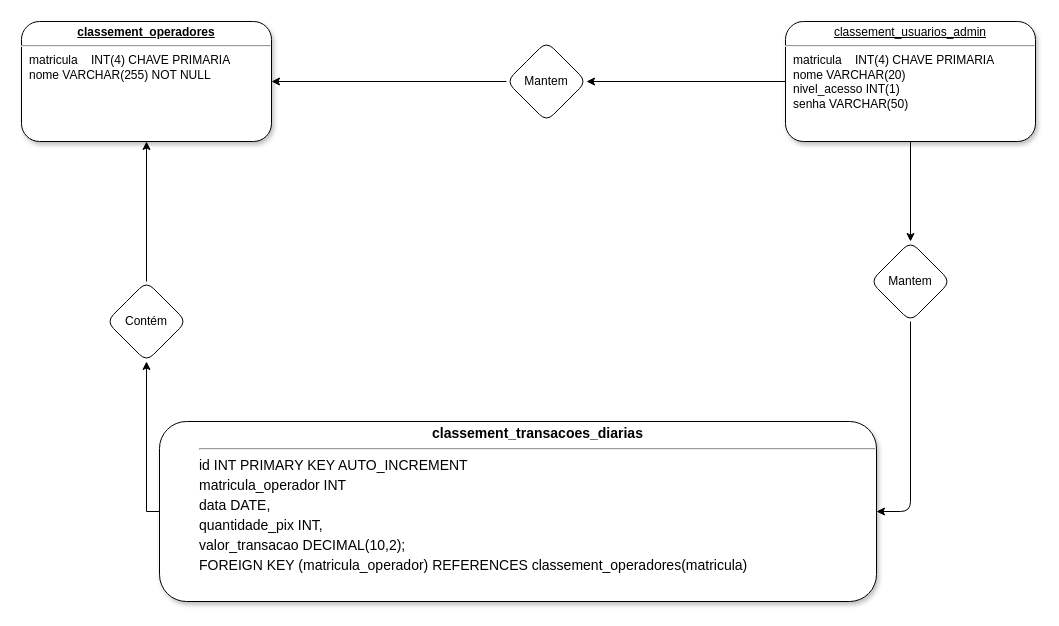
The draw.io diagram docs/database/banco.drawio in KennysSparda/Classement, before the edit. Source tidied: cells renumbered, new cells numbered last; positions are measured from the earlier drawing's top-left corner, leaving out a move shared by most shapes. Both pictures are drawn from the tidied source at 100%, with x=0, y=0 at pixel (21, 21).
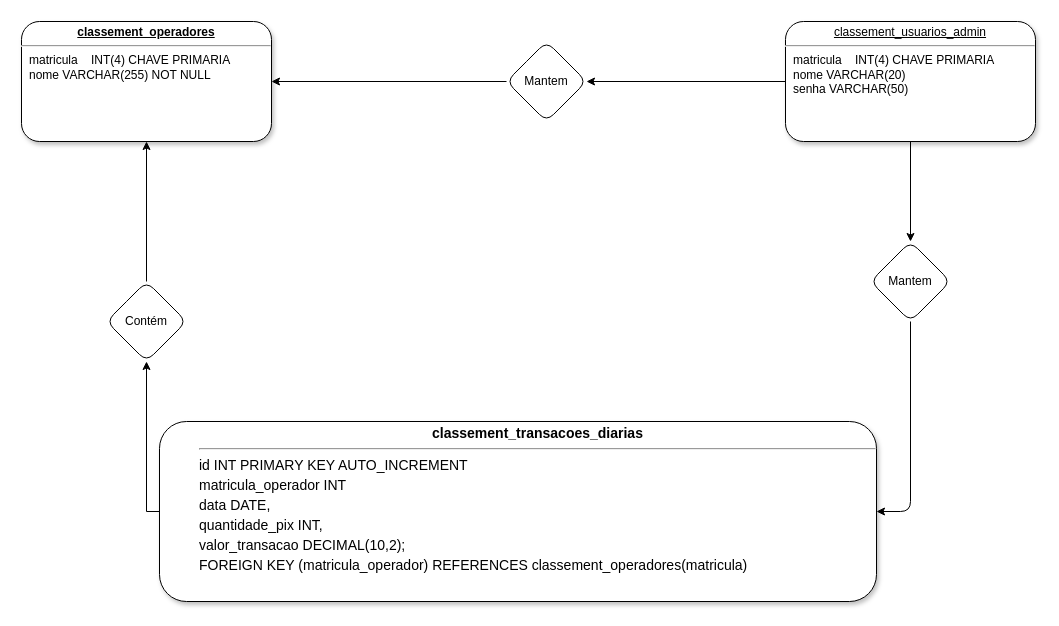
The same page after the edit.

The edit, as a diff of the source:
```diff
@@
 <mxGraphModel>
   <root>
     <mxCell id="0" />
     <mxCell id="1" parent="0" />
     <mxCell id="2" style="edgeStyle=orthogonalEdgeStyle;rounded=1;jettySize=auto;html=1;labelBackgroundColor=none;fontColor=default;" parent="1" edge="1" source="4" target="6">
       <mxGeometry relative="1" as="geometry" />
     </mxCell>
     <mxCell id="3" style="edgeStyle=orthogonalEdgeStyle;rounded=0;jettySize=auto;html=1;startArrow=none;exitX=0;exitY=0.5;exitDx=0;exitDy=0;entryX=1;entryY=0.5;entryDx=0;entryDy=0;" parent="1" edge="1" source="10" target="9">
       <mxGeometry relative="1" as="geometry" />
     </mxCell>
-    <mxCell id="4" value="&lt;p style=&quot;margin: 0px; margin-top: 4px; text-align: center; text-decoration: underline;&quot;&gt;classement_usuarios_admin&lt;br&gt;&lt;/p&gt;&lt;hr&gt;&lt;p style=&quot;margin: 0px; margin-left: 8px;&quot;&gt;matricula&lt;span style=&quot;&quot;&gt;&lt;span style=&quot;&quot;&gt;&amp;nbsp;&amp;nbsp;&amp;nbsp;&amp;nbsp;&lt;/span&gt;&lt;/span&gt;INT(4) CHAVE PRIMARIA&lt;/p&gt;&lt;p style=&quot;margin: 0px; margin-left: 8px;&quot;&gt;nome VARCHAR(20)&lt;/p&gt;&lt;p style=&quot;margin: 0px; margin-left: 8px;&quot;&gt;nivel_acesso INT(1)&lt;/p&gt;&lt;p style=&quot;margin: 0px; margin-left: 8px;&quot;&gt;&lt;span style=&quot;background-color: initial;&quot;&gt;senha VARCHAR(50)&lt;/span&gt;&lt;/p&gt;" style="verticalAlign=top;align=left;overflow=fill;fontSize=12;fontFamily=Helvetica;html=1;shadow=1;rounded=1;labelBackgroundColor=none;" parent="1" vertex="1">
+    <mxCell id="4" value="&lt;p style=&quot;margin: 0px; margin-top: 4px; text-align: center; text-decoration: underline;&quot;&gt;classement_usuarios_admin&lt;br&gt;&lt;/p&gt;&lt;hr&gt;&lt;p style=&quot;margin: 0px; margin-left: 8px;&quot;&gt;matricula&lt;span style=&quot;&quot;&gt;&lt;span style=&quot;&quot;&gt;&amp;nbsp;&amp;nbsp;&amp;nbsp;&amp;nbsp;&lt;/span&gt;&lt;/span&gt;INT(4) CHAVE PRIMARIA&lt;/p&gt;&lt;p style=&quot;margin: 0px; margin-left: 8px;&quot;&gt;nome VARCHAR(20)&lt;/p&gt;&lt;p style=&quot;margin: 0px; margin-left: 8px;&quot;&gt;&lt;span style=&quot;background-color: initial;&quot;&gt;senha VARCHAR(50)&lt;/span&gt;&lt;/p&gt;" style="verticalAlign=top;align=left;overflow=fill;fontSize=12;fontFamily=Helvetica;html=1;shadow=1;rounded=1;labelBackgroundColor=none;" parent="1" vertex="1">
       <mxGeometry x="764" width="250" height="120" as="geometry" />
     </mxCell>
     <mxCell id="5" style="edgeStyle=orthogonalEdgeStyle;rounded=1;jettySize=auto;html=1;entryX=1;entryY=0.5;entryDx=0;entryDy=0;labelBackgroundColor=none;fontColor=default;exitX=0.5;exitY=1;exitDx=0;exitDy=0;" parent="1" edge="1" source="6" target="8">
       <mxGeometry relative="1" as="geometry">
         <Array as="points">
           <mxPoint x="889" y="490" />
         </Array>
       </mxGeometry>
     </mxCell>
     <mxCell id="6" value="Mantem" style="rhombus;whiteSpace=wrap;html=1;rounded=1;labelBackgroundColor=none;" parent="1" vertex="1">
       <mxGeometry x="849" y="220" width="80" height="80" as="geometry" />
     </mxCell>
     <mxCell id="7" style="edgeStyle=orthogonalEdgeStyle;rounded=0;jettySize=auto;html=1;entryX=0.5;entryY=1;entryDx=0;entryDy=0;" parent="1" edge="1" source="8" target="13">
       <mxGeometry relative="1" as="geometry">
         <Array as="points">
           <mxPoint x="125" y="490" />
         </Array>
       </mxGeometry>
     </mxCell>
     <mxCell id="8" value="&lt;blockquote style=&quot;margin: 0 0 0 40px; border: none; padding: 0px;&quot;&gt;&lt;p style=&quot;margin: 4px 0px 0px; text-align: center;&quot;&gt;&lt;font style=&quot;font-size: 14px;&quot;&gt;&lt;b&gt;classement_transacoes_diarias&lt;/b&gt;&lt;/font&gt;&lt;/p&gt;&lt;hr&gt;&lt;div style=&quot;line-height: 19px;&quot;&gt;&lt;div style=&quot;&quot;&gt;&lt;font style=&quot;font-size: 14px;&quot;&gt;id INT PRIMARY KEY AUTO_INCREMENT&lt;/font&gt;&lt;/div&gt;&lt;/div&gt;&lt;div style=&quot;line-height: 19px;&quot;&gt;&lt;div style=&quot;&quot;&gt;&lt;font style=&quot;font-size: 14px;&quot;&gt;matricula_operador INT&lt;/font&gt;&lt;/div&gt;&lt;/div&gt;&lt;div style=&quot;line-height: 19px;&quot;&gt;&lt;div style=&quot;&quot;&gt;&lt;font style=&quot;font-size: 14px;&quot;&gt;data DATE,&lt;/font&gt;&lt;/div&gt;&lt;/div&gt;&lt;div style=&quot;line-height: 19px;&quot;&gt;&lt;div style=&quot;&quot;&gt;&lt;font style=&quot;font-size: 14px;&quot;&gt;quantidade_pix INT,&lt;/font&gt;&lt;/div&gt;&lt;div style=&quot;&quot;&gt;&lt;font style=&quot;font-size: 14px;&quot;&gt;valor_transacao &lt;span style=&quot;border: 0px solid rgb(217, 217, 227); box-sizing: border-box; --tw-border-spacing-x: 0; --tw-border-spacing-y: 0; --tw-translate-x: 0; --tw-translate-y: 0; --tw-rotate: 0; --tw-skew-x: 0; --tw-skew-y: 0; --tw-scale-x: 1; --tw-scale-y: 1; --tw-pan-x: ; --tw-pan-y: ; --tw-pinch-zoom: ; --tw-scroll-snap-strictness: proximity; --tw-gradient-from-position: ; --tw-gradient-via-position: ; --tw-gradient-to-position: ; --tw-ordinal: ; --tw-slashed-zero: ; --tw-numeric-figure: ; --tw-numeric-spacing: ; --tw-numeric-fraction: ; --tw-ring-inset: ; --tw-ring-offset-width: 0px; --tw-ring-offset-color: #fff; --tw-ring-color: rgba(69,89,164,0.5); --tw-ring-offset-shadow: 0 0 transparent; --tw-ring-shadow: 0 0 transparent; --tw-shadow: 0 0 transparent; --tw-shadow-colored: 0 0 transparent; --tw-blur: ; --tw-brightness: ; --tw-contrast: ; --tw-grayscale: ; --tw-hue-rotate: ; --tw-invert: ; --tw-saturate: ; --tw-sepia: ; --tw-drop-shadow: ; --tw-backdrop-blur: ; --tw-backdrop-brightness: ; --tw-backdrop-contrast: ; --tw-backdrop-grayscale: ; --tw-backdrop-hue-rotate: ; --tw-backdrop-invert: ; --tw-backdrop-opacity: ; --tw-backdrop-saturate: ; --tw-backdrop-sepia: ;&quot; class=&quot;hljs-type&quot;&gt;DECIMAL&lt;/span&gt;(&lt;span style=&quot;border: 0px solid rgb(217, 217, 227); box-sizing: border-box; --tw-border-spacing-x: 0; --tw-border-spacing-y: 0; --tw-translate-x: 0; --tw-translate-y: 0; --tw-rotate: 0; --tw-skew-x: 0; --tw-skew-y: 0; --tw-scale-x: 1; --tw-scale-y: 1; --tw-pan-x: ; --tw-pan-y: ; --tw-pinch-zoom: ; --tw-scroll-snap-strictness: proximity; --tw-gradient-from-position: ; --tw-gradient-via-position: ; --tw-gradient-to-position: ; --tw-ordinal: ; --tw-slashed-zero: ; --tw-numeric-figure: ; --tw-numeric-spacing: ; --tw-numeric-fraction: ; --tw-ring-inset: ; --tw-ring-offset-width: 0px; --tw-ring-offset-color: #fff; --tw-ring-color: rgba(69,89,164,0.5); --tw-ring-offset-shadow: 0 0 transparent; --tw-ring-shadow: 0 0 transparent; --tw-shadow: 0 0 transparent; --tw-shadow-colored: 0 0 transparent; --tw-blur: ; --tw-brightness: ; --tw-contrast: ; --tw-grayscale: ; --tw-hue-rotate: ; --tw-invert: ; --tw-saturate: ; --tw-sepia: ; --tw-drop-shadow: ; --tw-backdrop-blur: ; --tw-backdrop-brightness: ; --tw-backdrop-contrast: ; --tw-backdrop-grayscale: ; --tw-backdrop-hue-rotate: ; --tw-backdrop-invert: ; --tw-backdrop-opacity: ; --tw-backdrop-saturate: ; --tw-backdrop-sepia: ;&quot; class=&quot;hljs-number&quot;&gt;10&lt;/span&gt;,&lt;span style=&quot;border: 0px solid rgb(217, 217, 227); box-sizing: border-box; --tw-border-spacing-x: 0; --tw-border-spacing-y: 0; --tw-translate-x: 0; --tw-translate-y: 0; --tw-rotate: 0; --tw-skew-x: 0; --tw-skew-y: 0; --tw-scale-x: 1; --tw-scale-y: 1; --tw-pan-x: ; --tw-pan-y: ; --tw-pinch-zoom: ; --tw-scroll-snap-strictness: proximity; --tw-gradient-from-position: ; --tw-gradient-via-position: ; --tw-gradient-to-position: ; --tw-ordinal: ; --tw-slashed-zero: ; --tw-numeric-figure: ; --tw-numeric-spacing: ; --tw-numeric-fraction: ; --tw-ring-inset: ; --tw-ring-offset-width: 0px; --tw-ring-offset-color: #fff; --tw-ring-color: rgba(69,89,164,0.5); --tw-ring-offset-shadow: 0 0 transparent; --tw-ring-shadow: 0 0 transparent; --tw-shadow: 0 0 transparent; --tw-shadow-colored: 0 0 transparent; --tw-blur: ; --tw-brightness: ; --tw-contrast: ; --tw-grayscale: ; --tw-hue-rotate: ; --tw-invert: ; --tw-saturate: ; --tw-sepia: ; --tw-drop-shadow: ; --tw-backdrop-blur: ; --tw-backdrop-brightness: ; --tw-backdrop-contrast: ; --tw-backdrop-grayscale: ; --tw-backdrop-hue-rotate: ; --tw-backdrop-invert: ; --tw-backdrop-opacity: ; --tw-backdrop-saturate: ; --tw-backdrop-sepia: ;&quot; class=&quot;hljs-number&quot;&gt;2&lt;/span&gt;);&lt;/font&gt;&lt;font style=&quot;font-size: 14px;&quot;&gt;&lt;br&gt;&lt;/font&gt;&lt;/div&gt;&lt;/div&gt;&lt;div style=&quot;line-height: 19px;&quot;&gt;&lt;div style=&quot;&quot;&gt;&lt;font style=&quot;font-size: 14px;&quot;&gt;FOREIGN KEY (matricula_operador) REFERENCES classement_operadores(matricula)&lt;/font&gt;&lt;/div&gt;&lt;/div&gt;&lt;/blockquote&gt;" style="verticalAlign=top;align=left;overflow=fill;fontSize=12;fontFamily=Helvetica;html=1;shadow=1;labelBackgroundColor=none;rounded=1;" parent="1" vertex="1">
       <mxGeometry x="138" y="400" width="717" height="180" as="geometry" />
     </mxCell>
     <mxCell id="9" value="&lt;p style=&quot;margin: 4px 0px 0px; text-align: center;&quot;&gt;&lt;b&gt;&lt;u&gt;classement_operadores&lt;/u&gt;&lt;/b&gt;&lt;br&gt;&lt;/p&gt;&lt;hr&gt;&lt;p style=&quot;margin: 0px; margin-left: 8px;&quot;&gt;matricula&lt;span style=&quot;&quot;&gt;&lt;span style=&quot;&quot;&gt;&amp;nbsp;&amp;nbsp;&amp;nbsp;&amp;nbsp;&lt;/span&gt;&lt;/span&gt;INT(4) CHAVE PRIMARIA&lt;/p&gt;&lt;p style=&quot;margin: 0px; margin-left: 8px;&quot;&gt;nome VARCHAR(255) NOT NULL&lt;/p&gt;&lt;p style=&quot;margin: 0px; margin-left: 8px;&quot;&gt;&lt;br&gt;&lt;/p&gt;" style="verticalAlign=top;align=left;overflow=fill;fontSize=12;fontFamily=Helvetica;html=1;shadow=1;rounded=1;labelBackgroundColor=none;" parent="1" vertex="1">
       <mxGeometry width="250" height="120" as="geometry" />
     </mxCell>
     <mxCell id="10" value="Mantem" style="rhombus;whiteSpace=wrap;html=1;rounded=1;labelBackgroundColor=none;" parent="1" vertex="1">
       <mxGeometry x="485" y="20" width="80" height="80" as="geometry" />
     </mxCell>
     <mxCell id="11" style="endArrow=classic;html=1;rounded=0;exitX=0;exitY=0.5;exitDx=0;exitDy=0;entryX=1;entryY=0.5;entryDx=0;entryDy=0;" parent="1" edge="1" source="4" target="10">
       <mxGeometry relative="1" as="geometry" />
     </mxCell>
     <mxCell id="12" style="edgeStyle=orthogonalEdgeStyle;rounded=0;jettySize=auto;html=1;exitX=0.5;exitY=0;exitDx=0;exitDy=0;entryX=0.5;entryY=1;entryDx=0;entryDy=0;" parent="1" edge="1" source="13" target="9">
       <mxGeometry relative="1" as="geometry" />
     </mxCell>
     <mxCell id="13" value="Contém" style="rhombus;whiteSpace=wrap;html=1;rounded=1;labelBackgroundColor=none;" parent="1" vertex="1">
       <mxGeometry x="85" y="260" width="80" height="80" as="geometry" />
     </mxCell>
   </root>
 </mxGraphModel>
```
